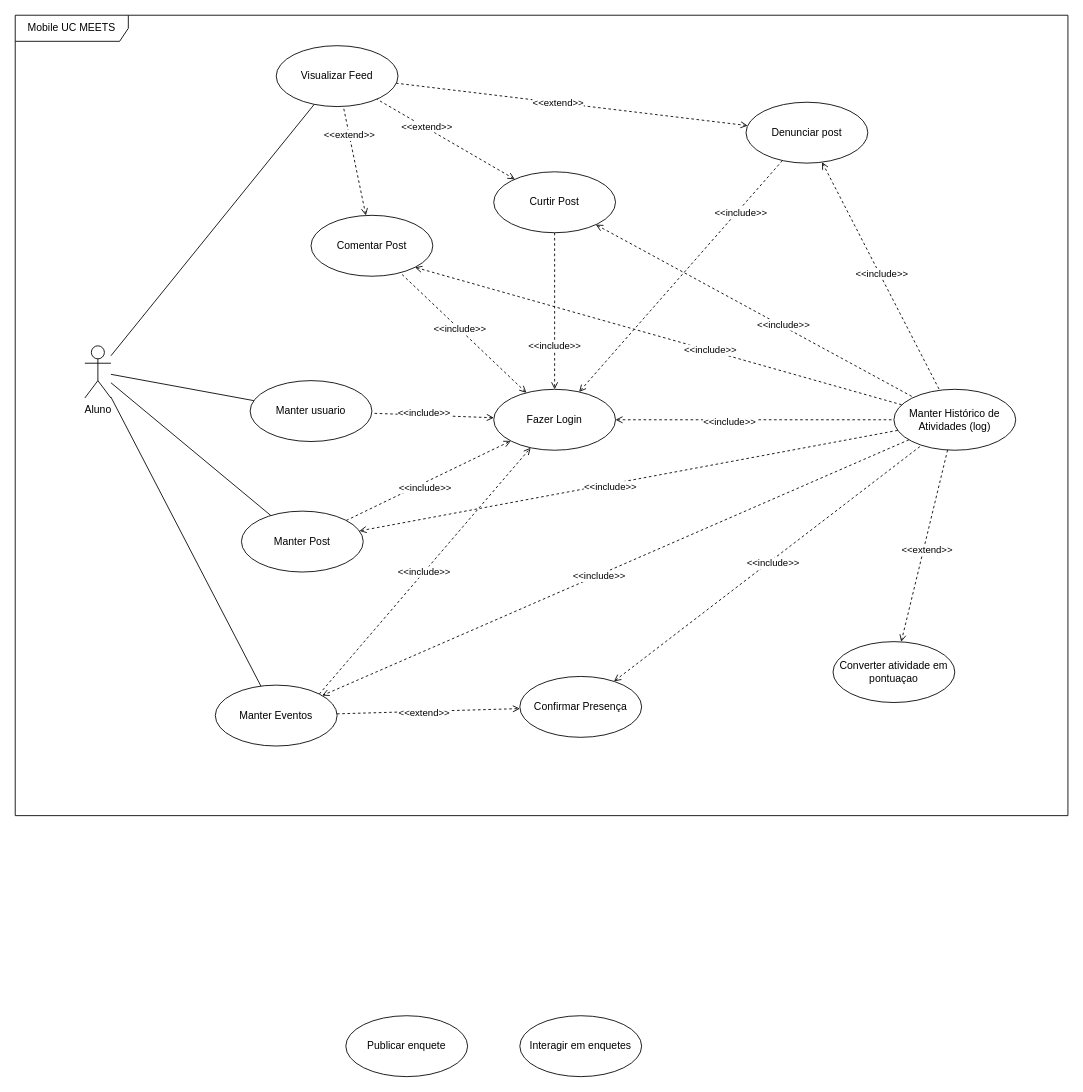
Organization-Meets/Meets_Docs keeps this draw.io diagram as Draw.io/Mobile_UC_MEETS.drawio. Above is the earlier version. Source tidied: cells renumbered, new cells numbered last; positions are measured from the earlier drawing's top-left corner, leaving out a move shared by most shapes. Both pictures are drawn from the tidied source at 87%, with x=0, y=0 at pixel (15, 15).
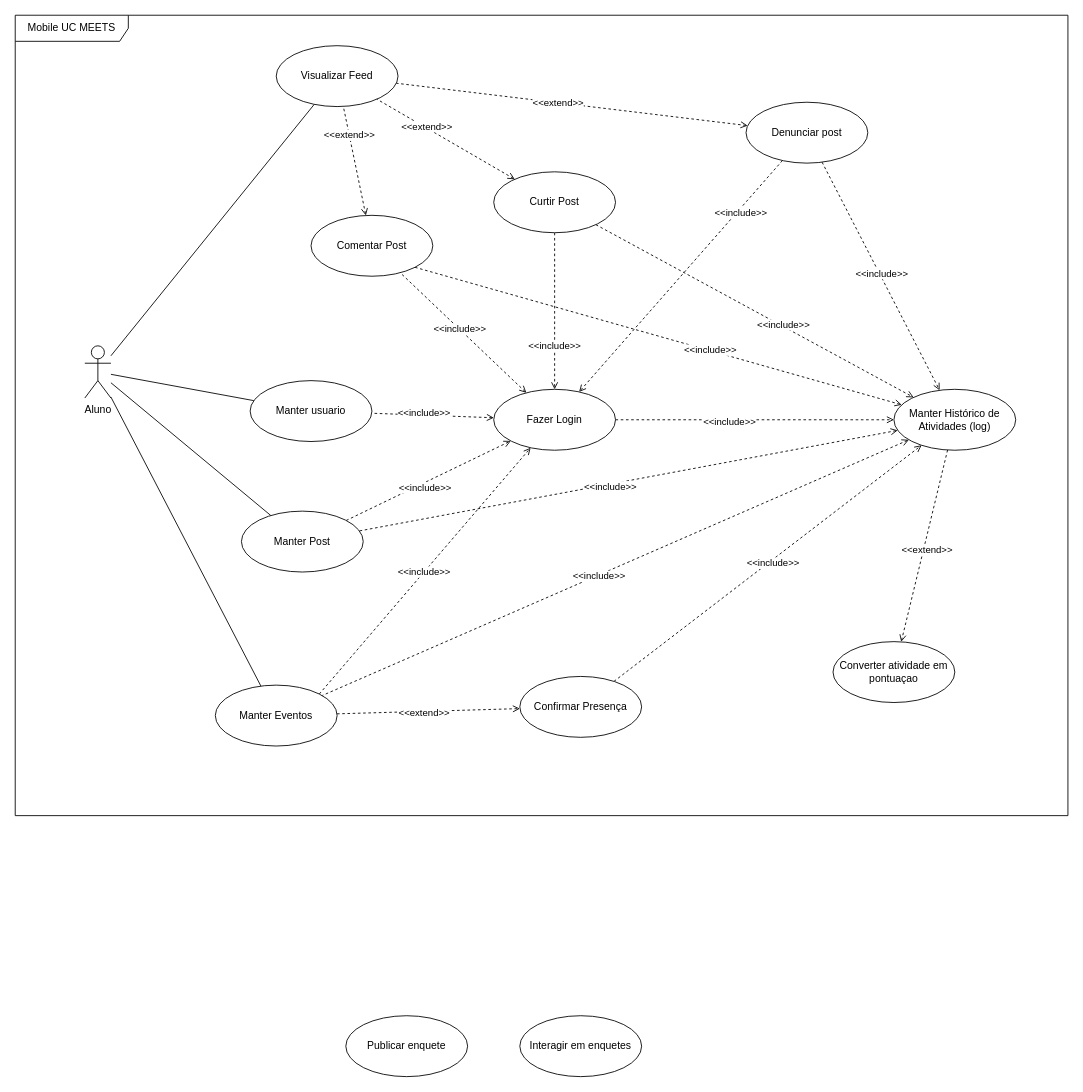
The same page after the edit.

Unchanged cells that the change refers to:
```xml
<mxCell id="10" value="Comentar P&lt;span style=&quot;background-color: transparent; color: light-dark(rgb(0, 0, 0), rgb(255, 255, 255));&quot;&gt;ost&lt;/span&gt;" style="ellipse;whiteSpace=wrap;html=1;" parent="1" vertex="1">
  <mxGeometry x="340" y="230" width="140" height="70" as="geometry" />
</mxCell>
<mxCell id="17" value="Curtir Post" style="ellipse;whiteSpace=wrap;html=1;" parent="1" vertex="1">
  <mxGeometry x="550" y="180" width="140" height="70" as="geometry" />
</mxCell>
<mxCell id="23" value="Denunciar post" style="ellipse;whiteSpace=wrap;html=1;" parent="1" vertex="1">
  <mxGeometry x="840" y="100" width="140" height="70" as="geometry" />
</mxCell>
<mxCell id="31" value="Fazer Login" style="ellipse;whiteSpace=wrap;html=1;" parent="1" vertex="1">
  <mxGeometry x="550" y="430" width="140" height="70" as="geometry" />
</mxCell>
<mxCell id="36" value="Manter Histórico de Atividades (log)" style="ellipse;whiteSpace=wrap;html=1;" parent="1" vertex="1">
  <mxGeometry x="1010" y="430" width="140" height="70" as="geometry" />
</mxCell>
<mxCell id="47" value="Manter Eventos" style="ellipse;whiteSpace=wrap;html=1;" parent="1" vertex="1">
  <mxGeometry x="230" y="770" width="140" height="70" as="geometry" />
</mxCell>
<mxCell id="50" value="Confirmar Presença" style="ellipse;whiteSpace=wrap;html=1;" parent="1" vertex="1">
  <mxGeometry x="580" y="760" width="140" height="70" as="geometry" />
</mxCell>
<mxCell id="56" value="Manter Post" style="ellipse;whiteSpace=wrap;html=1;" parent="1" vertex="1">
  <mxGeometry x="260" y="570" width="140" height="70" as="geometry" />
</mxCell>
```

What changed in the source:
```diff
@@
-    <mxCell id="8" style="rounded=0;jettySize=auto;html=1;exitX=1;exitY=1;exitDx=0;exitDy=0;dashed=1;endArrow=none;endFill=0;startArrow=open;startFill=0;" parent="1" edge="1" source="10" target="36">
+    <mxCell id="8" style="rounded=0;jettySize=auto;html=1;exitX=1;exitY=1;exitDx=0;exitDy=0;dashed=1;endArrow=open;endFill=0;startArrow=none;startFill=0;" parent="1" edge="1" source="10" target="36">
       <mxGeometry relative="1" as="geometry" />
     </mxCell>
@@
-    <mxCell id="15" style="rounded=0;jettySize=auto;html=1;endArrow=none;endFill=0;dashed=1;startArrow=open;startFill=0;" parent="1" edge="1" source="17" target="36">
+    <mxCell id="15" style="rounded=0;jettySize=auto;html=1;endArrow=open;endFill=0;dashed=1;startArrow=none;startFill=0;" parent="1" edge="1" source="17" target="36">
       <mxGeometry relative="1" as="geometry" />
     </mxCell>
@@
-    <mxCell id="21" style="rounded=0;jettySize=auto;html=1;endArrow=none;endFill=0;dashed=1;startArrow=open;startFill=0;" parent="1" edge="1" source="23" target="36">
+    <mxCell id="21" style="rounded=0;jettySize=auto;html=1;endArrow=open;endFill=0;dashed=1;startArrow=none;startFill=0;" parent="1" edge="1" source="23" target="36">
       <mxGeometry relative="1" as="geometry" />
     </mxCell>
@@
-    <mxCell id="29" style="rounded=0;jettySize=auto;html=1;endArrow=none;endFill=0;dashed=1;startArrow=open;startFill=0;" parent="1" edge="1" source="31" target="36">
+    <mxCell id="29" style="rounded=0;jettySize=auto;html=1;endArrow=open;endFill=0;dashed=1;startArrow=none;startFill=0;" parent="1" edge="1" source="31" target="36">
       <mxGeometry relative="1" as="geometry" />
     </mxCell>
@@
-    <mxCell id="37" style="rounded=0;jettySize=auto;html=1;endArrow=open;endFill=0;dashed=1;startArrow=none;startFill=0;" parent="1" edge="1" source="36" target="56">
+    <mxCell id="37" style="rounded=0;jettySize=auto;html=1;endArrow=none;endFill=0;dashed=1;startArrow=open;startFill=0;" parent="1" edge="1" source="36" target="56">
       <mxGeometry relative="1" as="geometry" />
     </mxCell>
@@
-    <mxCell id="39" style="rounded=0;jettySize=auto;html=1;endArrow=open;endFill=0;dashed=1;" parent="1" edge="1" source="36" target="47">
+    <mxCell id="39" style="rounded=0;jettySize=auto;html=1;endArrow=none;endFill=0;dashed=1;startArrow=open;startFill=0;" parent="1" edge="1" source="36" target="47">
       <mxGeometry relative="1" as="geometry" />
     </mxCell>
@@
-    <mxCell id="48" style="rounded=0;jettySize=auto;html=1;endArrow=none;endFill=0;dashed=1;startArrow=open;startFill=0;" parent="1" edge="1" source="50" target="36">
+    <mxCell id="48" style="rounded=0;jettySize=auto;html=1;endArrow=open;endFill=0;dashed=1;startArrow=none;startFill=0;" parent="1" edge="1" source="50" target="36">
       <mxGeometry relative="1" as="geometry" />
     </mxCell>
```
